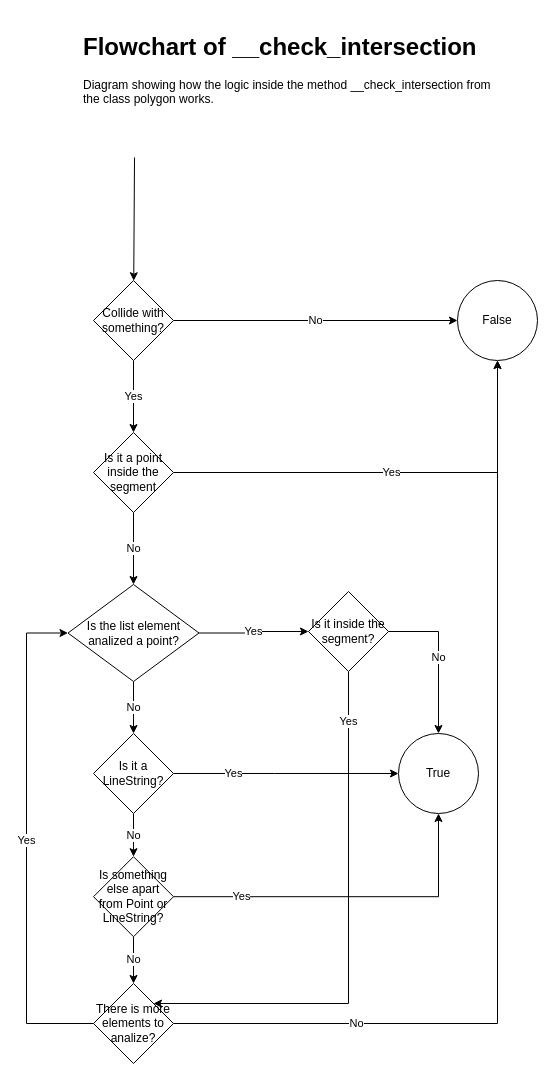
This is docs/charts/check_intersection.drawio from ferpoble2/Relief_Creator, a draw.io file, before an edit. Source tidied: cells renumbered, new cells numbered last; positions are measured from the earlier drawing's top-left corner, leaving out a move shared by most shapes. Both pictures are drawn from the tidied source at 100%, with x=0, y=0 at pixel (26, 27).
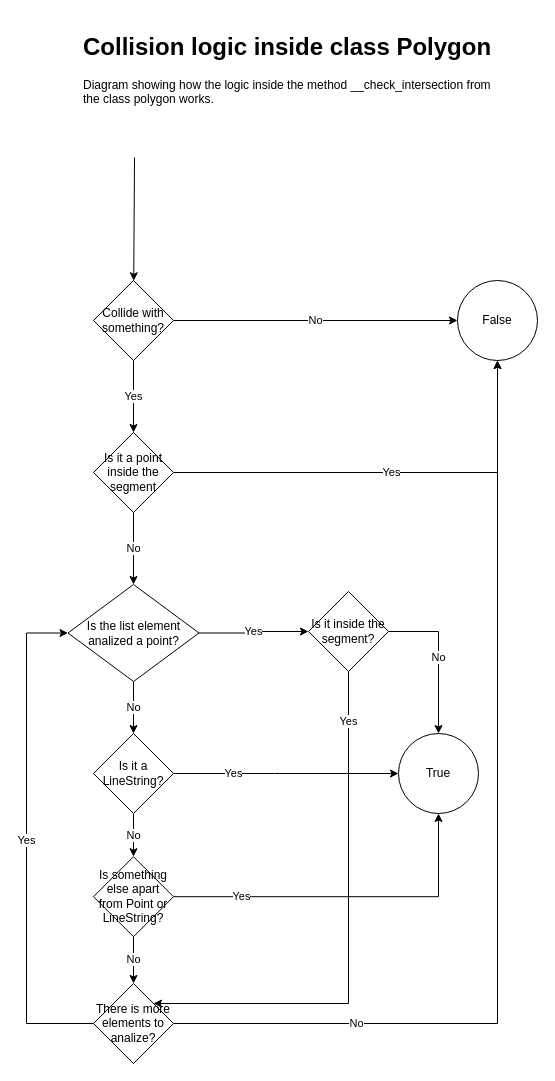
Above is the later version.

Commit message (it also covers changes not shown here):
Added sequence diagram about the render process of the engine

Diff of the diagram source:
```diff
@@
-    <mxCell id="26" value="&lt;h1&gt;Flowchart of __check_intersection&lt;/h1&gt;&lt;p&gt;Diagram showing how the logic inside the method __check_intersection from the class polygon works.&lt;/p&gt;" style="text;html=1;strokeColor=none;fillColor=none;spacing=5;spacingTop=-20;whiteSpace=wrap;overflow=hidden;rounded=0;" parent="1" vertex="1">
+    <mxCell id="26" value="&lt;h1&gt;Collision logic inside class Polygon&lt;/h1&gt;&lt;p&gt;Diagram showing how the logic inside the method __check_intersection from the class polygon works.&lt;/p&gt;" style="text;html=1;strokeColor=none;fillColor=none;spacing=5;spacingTop=-20;whiteSpace=wrap;overflow=hidden;rounded=0;" parent="1" vertex="1">
       <mxGeometry x="52" width="433" height="120" as="geometry" />
     </mxCell>
```
